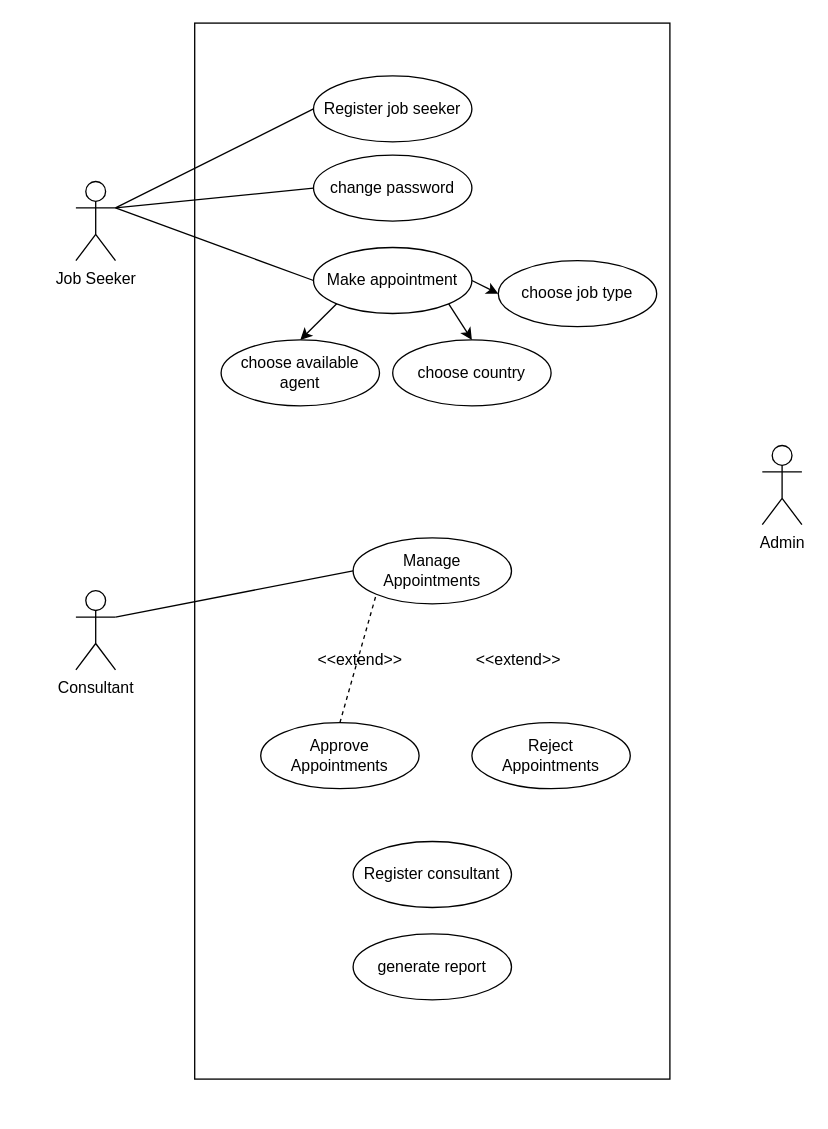
danujaysl/CourseworkADPRG keeps this draw.io diagram as page "UML Use case diagram" (3 of 4) of Untitled Diagram.drawio. Above is the earlier version. Source tidied: cells renumbered, new cells numbered last; positions are measured from the earlier drawing's top-left corner, leaving out a move shared by most shapes. Both pictures are drawn from the tidied source at 132%, with x=0, y=0 at pixel (75, 22).
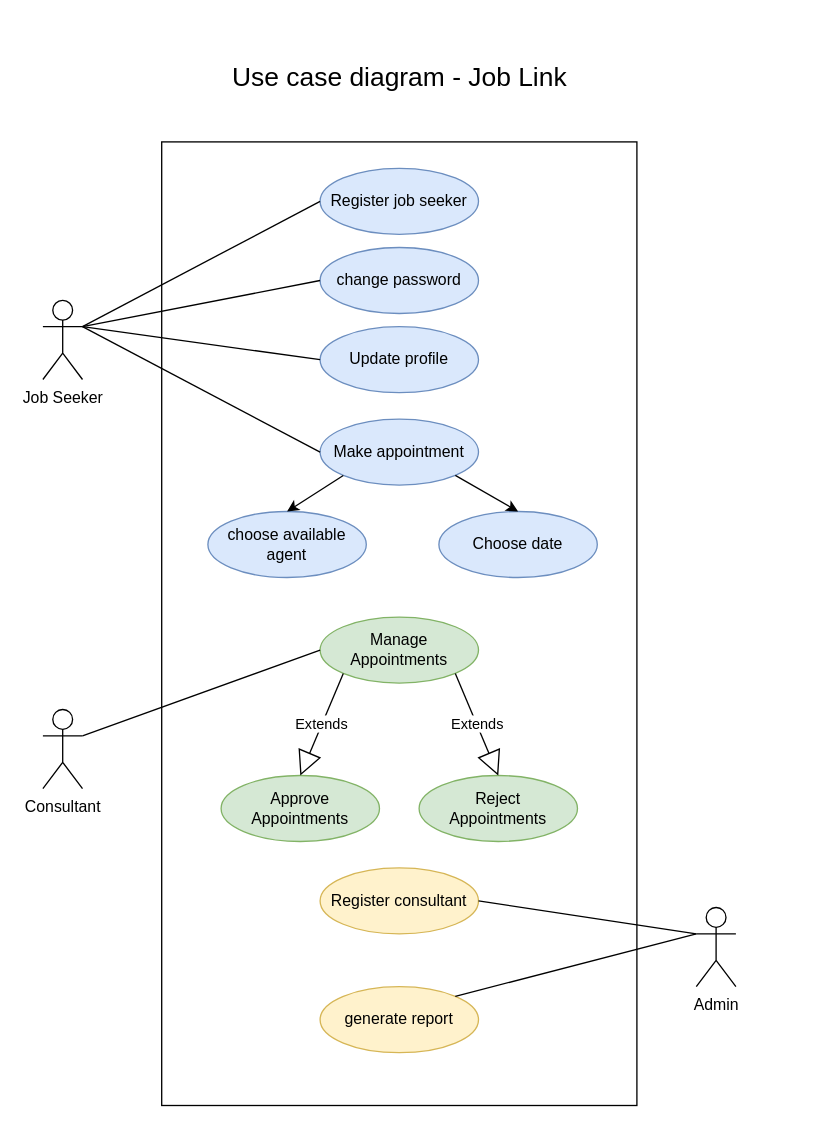
Above is the later version.

Change to the diagram source:
```diff
@@
     <mxCell id="2" value="Job Seeker&lt;br&gt;" style="shape=umlActor;verticalLabelPosition=bottom;verticalAlign=top;html=1;outlineConnect=0;" parent="1" vertex="1">
-      <mxGeometry y="120" width="30" height="60" as="geometry" />
+      <mxGeometry x="-25" y="210" width="30" height="60" as="geometry" />
     </mxCell>
     <mxCell id="3" value="Consultant" style="shape=umlActor;verticalLabelPosition=bottom;verticalAlign=top;html=1;outlineConnect=0;" parent="1" vertex="1">
-      <mxGeometry y="430" width="30" height="60" as="geometry" />
+      <mxGeometry x="-25" y="520" width="30" height="60" as="geometry" />
     </mxCell>
     <mxCell id="4" style="rounded=0;whiteSpace=wrap;html=1;" parent="1" vertex="1">
-      <mxGeometry x="90" width="360" height="800" as="geometry" />
+      <mxGeometry x="65" y="90" width="360" height="730" as="geometry" />
     </mxCell>
-    <mxCell id="5" value="Register job seeker" style="ellipse;whiteSpace=wrap;html=1;" parent="1" vertex="1">
-      <mxGeometry x="180" y="40" width="120" height="50" as="geometry" />
+    <mxCell id="5" value="Register job seeker" style="ellipse;whiteSpace=wrap;html=1;fillColor=#dae8fc;strokeColor=#6c8ebf;" parent="1" vertex="1">
+      <mxGeometry x="185" y="110" width="120" height="50" as="geometry" />
     </mxCell>
-    <mxCell id="6" value="choose job type" style="ellipse;whiteSpace=wrap;html=1;" parent="1" vertex="1">
-      <mxGeometry x="320" y="180" width="120" height="50" as="geometry" />
-    </mxCell>
-    <mxCell id="7" value="generate report" style="ellipse;whiteSpace=wrap;html=1;" parent="1" vertex="1">
-      <mxGeometry x="210" y="690" width="120" height="50" as="geometry" />
+    <mxCell id="7" value="generate report" style="ellipse;whiteSpace=wrap;html=1;fillColor=#fff2cc;strokeColor=#d6b656;" parent="1" vertex="1">
+      <mxGeometry x="185" y="730" width="120" height="50" as="geometry" />
     </mxCell>
-    <mxCell id="8" value="Register consultant" style="ellipse;whiteSpace=wrap;html=1;" parent="1" vertex="1">
-      <mxGeometry x="210" y="620" width="120" height="50" as="geometry" />
+    <mxCell id="8" value="Register consultant" style="ellipse;whiteSpace=wrap;html=1;fillColor=#fff2cc;strokeColor=#d6b656;" parent="1" vertex="1">
+      <mxGeometry x="185" y="640" width="120" height="50" as="geometry" />
     </mxCell>
     <mxCell id="9" value="Admin" style="shape=umlActor;verticalLabelPosition=bottom;verticalAlign=top;html=1;outlineConnect=0;" parent="1" vertex="1">
-      <mxGeometry x="520" y="320" width="30" height="60" as="geometry" />
+      <mxGeometry x="470" y="670" width="30" height="60" as="geometry" />
     </mxCell>
-    <mxCell id="10" value="Manage Appointments" style="ellipse;whiteSpace=wrap;html=1;" parent="1" vertex="1">
-      <mxGeometry x="210" y="390" width="120" height="50" as="geometry" />
+    <mxCell id="10" value="Manage Appointments" style="ellipse;whiteSpace=wrap;html=1;fillColor=#d5e8d4;strokeColor=#82b366;" parent="1" vertex="1">
+      <mxGeometry x="185" y="450" width="120" height="50" as="geometry" />
     </mxCell>
-    <mxCell id="11" value="change password" style="ellipse;whiteSpace=wrap;html=1;" parent="1" vertex="1">
-      <mxGeometry x="180" y="100" width="120" height="50" as="geometry" />
+    <mxCell id="11" value="change password" style="ellipse;whiteSpace=wrap;html=1;fillColor=#dae8fc;strokeColor=#6c8ebf;" parent="1" vertex="1">
+      <mxGeometry x="185" y="170" width="120" height="50" as="geometry" />
     </mxCell>
-    <mxCell id="12" value="Make appointment" style="ellipse;whiteSpace=wrap;html=1;" parent="1" vertex="1">
-      <mxGeometry x="180" y="170" width="120" height="50" as="geometry" />
+    <mxCell id="12" value="Make appointment" style="ellipse;whiteSpace=wrap;html=1;fillColor=#dae8fc;strokeColor=#6c8ebf;" parent="1" vertex="1">
+      <mxGeometry x="185" y="300" width="120" height="50" as="geometry" />
     </mxCell>
-    <mxCell id="13" value="choose available agent" style="ellipse;whiteSpace=wrap;html=1;" parent="1" vertex="1">
-      <mxGeometry x="110" y="240" width="120" height="50" as="geometry" />
+    <mxCell id="13" value="choose available agent" style="ellipse;whiteSpace=wrap;html=1;fillColor=#dae8fc;strokeColor=#6c8ebf;" parent="1" vertex="1">
+      <mxGeometry x="100" y="370" width="120" height="50" as="geometry" />
     </mxCell>
-    <mxCell id="14" value="choose country" style="ellipse;whiteSpace=wrap;html=1;" parent="1" vertex="1">
-      <mxGeometry x="240" y="240" width="120" height="50" as="geometry" />
+    <mxCell id="14" value="Choose date" style="ellipse;whiteSpace=wrap;html=1;fillColor=#dae8fc;strokeColor=#6c8ebf;" parent="1" vertex="1">
+      <mxGeometry x="275" y="370" width="120" height="50" as="geometry" />
     </mxCell>
-    <mxCell id="15" value="Approve&lt;br&gt;Appointments" style="ellipse;whiteSpace=wrap;html=1;" parent="1" vertex="1">
-      <mxGeometry x="140" y="530" width="120" height="50" as="geometry" />
+    <mxCell id="15" value="Approve&lt;br&gt;Appointments" style="ellipse;whiteSpace=wrap;html=1;fillColor=#d5e8d4;strokeColor=#82b366;" parent="1" vertex="1">
+      <mxGeometry x="110" y="570" width="120" height="50" as="geometry" />
     </mxCell>
-    <mxCell id="16" value="Reject&lt;br&gt;Appointments" style="ellipse;whiteSpace=wrap;html=1;" parent="1" vertex="1">
-      <mxGeometry x="300" y="530" width="120" height="50" as="geometry" />
+    <mxCell id="16" value="Reject&lt;br&gt;Appointments" style="ellipse;whiteSpace=wrap;html=1;fillColor=#d5e8d4;strokeColor=#82b366;" parent="1" vertex="1">
+      <mxGeometry x="260" y="570" width="120" height="50" as="geometry" />
     </mxCell>
-    <mxCell id="17" value="&amp;lt;&amp;lt;extend&amp;gt;&amp;gt;" style="text;html=1;align=center;verticalAlign=middle;strokeColor=none;fillColor=none;" parent="1" vertex="1">
-      <mxGeometry x="290" y="468" width="90" height="30" as="geometry" />
-    </mxCell>
-    <mxCell id="18" value="&amp;lt;&amp;lt;extend&amp;gt;&amp;gt;" style="text;html=1;align=center;verticalAlign=middle;strokeColor=none;fillColor=none;" parent="1" vertex="1">
-      <mxGeometry x="170" y="468" width="90" height="30" as="geometry" />
-    </mxCell>
@@
-    <mxCell id="24" style="endArrow=classic;html=1;rounded=0;exitX=1;exitY=0.5;exitDx=0;exitDy=0;entryX=0;entryY=0.5;entryDx=0;entryDy=0;" parent="1" edge="1" source="12" target="6">
-      <mxGeometry relative="1" as="geometry" />
-    </mxCell>
@@
-    <mxCell id="26" style="endArrow=none;dashed=1;html=1;rounded=0;entryX=0;entryY=1;entryDx=0;entryDy=0;exitX=0.5;exitY=0;exitDx=0;exitDy=0;" parent="1" edge="1" source="15" target="10">
-      <mxGeometry relative="1" as="geometry" />
-    </mxCell>
+    <mxCell id="27" value="Extends" style="endArrow=block;endSize=16;endFill=0;html=1;rounded=0;exitX=0;exitY=1;exitDx=0;exitDy=0;entryX=0.5;entryY=0;entryDx=0;entryDy=0;" parent="1" edge="1" source="10" target="15">
+      <mxGeometry relative="1" as="geometry" />
+    </mxCell>
+    <mxCell id="28" value="Extends" style="endArrow=block;endSize=16;endFill=0;html=1;rounded=0;exitX=1;exitY=1;exitDx=0;exitDy=0;entryX=0.5;entryY=0;entryDx=0;entryDy=0;" parent="1" edge="1" source="10" target="16">
+      <mxGeometry relative="1" as="geometry" />
+    </mxCell>
+    <mxCell id="29" style="endArrow=none;html=1;rounded=0;entryX=0;entryY=0.3333333333333333;entryDx=0;entryDy=0;entryPerimeter=0;exitX=1;exitY=0.5;exitDx=0;exitDy=0;" parent="1" edge="1" source="8" target="9">
+      <mxGeometry relative="1" as="geometry" />
+    </mxCell>
+    <mxCell id="30" style="endArrow=none;html=1;rounded=0;entryX=0;entryY=0.3333333333333333;entryDx=0;entryDy=0;entryPerimeter=0;exitX=1;exitY=0;exitDx=0;exitDy=0;" parent="1" edge="1" source="7" target="9">
+      <mxGeometry relative="1" as="geometry" />
+    </mxCell>
+    <mxCell id="31" value="Update profile" style="ellipse;whiteSpace=wrap;html=1;fillColor=#dae8fc;strokeColor=#6c8ebf;" parent="1" vertex="1">
+      <mxGeometry x="185" y="230" width="120" height="50" as="geometry" />
+    </mxCell>
+    <mxCell id="32" style="endArrow=none;html=1;rounded=0;exitX=1;exitY=0.3333333333333333;exitDx=0;exitDy=0;exitPerimeter=0;entryX=0;entryY=0.5;entryDx=0;entryDy=0;" parent="1" edge="1" source="2" target="31">
+      <mxGeometry relative="1" as="geometry" />
+    </mxCell>
+    <mxCell id="33" value="&lt;font style=&quot;font-size: 20px;&quot;&gt;Use case diagram - Job Link&lt;/font&gt;" style="text;html=1;align=center;verticalAlign=middle;strokeColor=none;fillColor=none;" parent="1" vertex="1">
+      <mxGeometry x="105" y="20" width="280" height="40" as="geometry" />
+    </mxCell>
```
